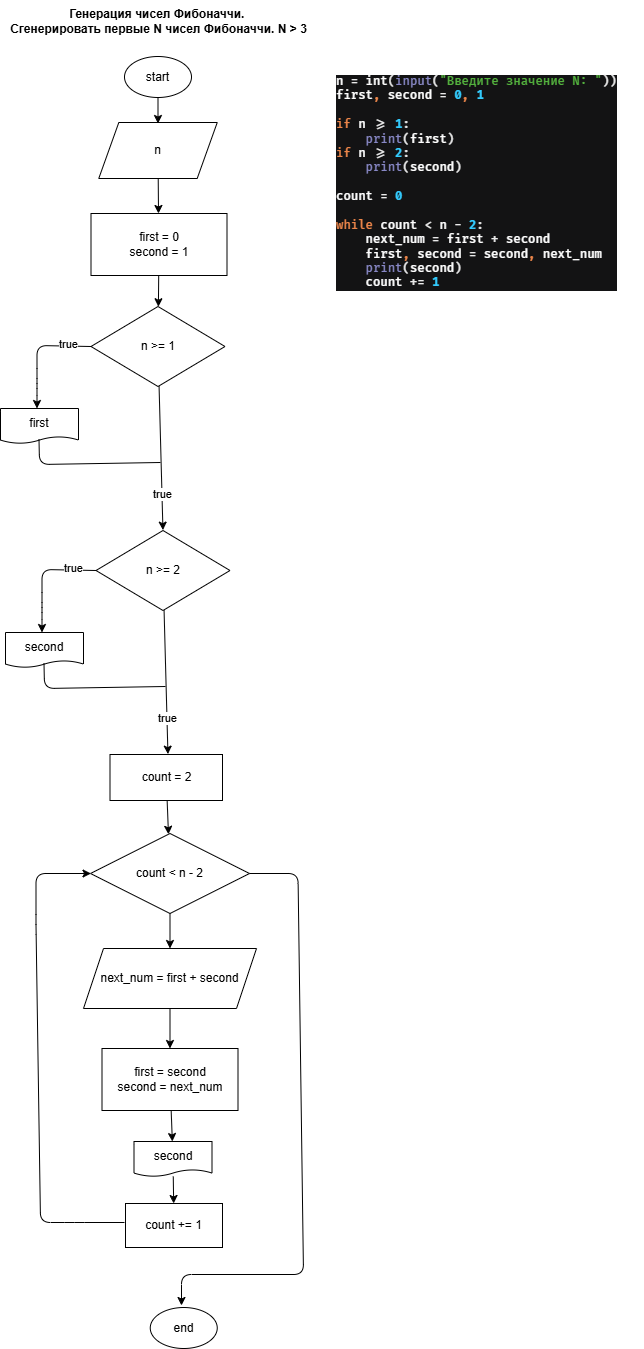
This is 005-chapter/004/diagram_fibo.drawio.png from me4tatelnica/fuulstack-lessons-ska, a draw.io export, as it was before one commit. Source tidied: cells renumbered, new cells last; positions are measured from the earlier drawing's top-left corner, leaving out a move shared by most shapes.
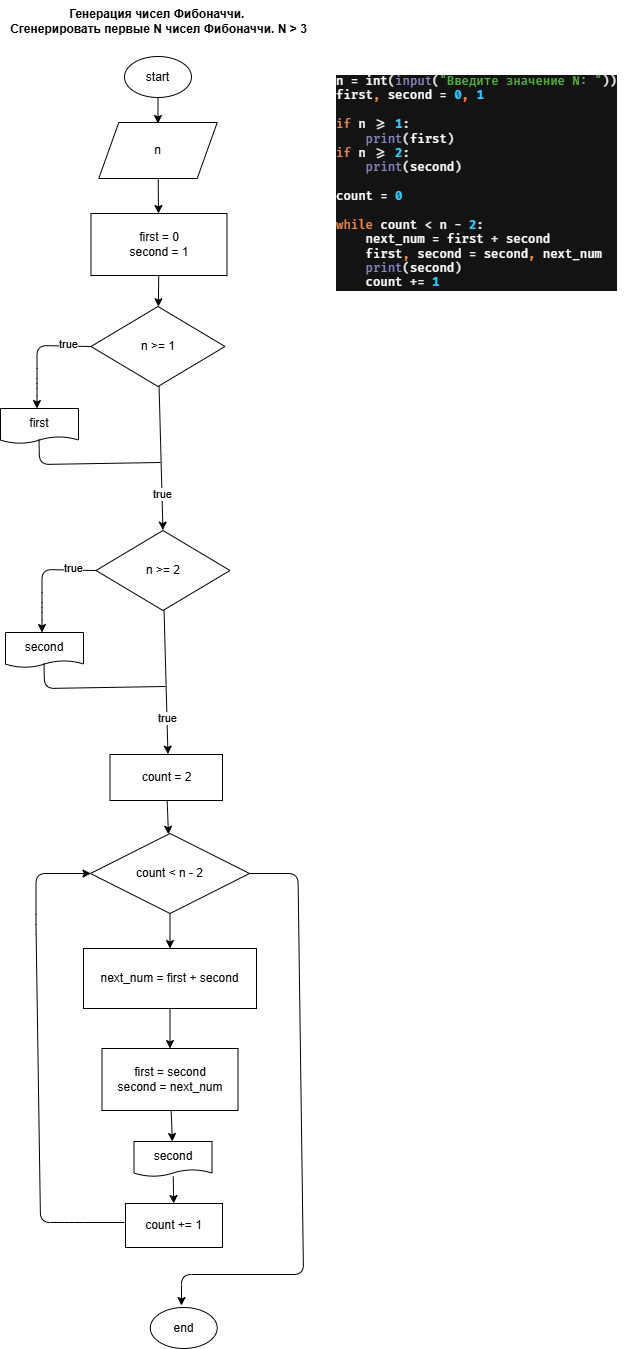
After the commit.

Commit message:
Исправлено: объявление переменной в прямоугольнике

The edit, as a diff of the source:
```diff
@@ -126,7 +126,7 @@
     <mxCell id="29" style="edgeStyle=none;html=1;" parent="1" edge="1" source="30" target="32">
       <mxGeometry relative="1" as="geometry" />
     </mxCell>
-    <mxCell id="30" value="next_num = first + second" style="shape=parallelogram;perimeter=parallelogramPerimeter;whiteSpace=wrap;html=1;fixedSize=1;" parent="1" vertex="1">
+    <mxCell id="30" value="next_num = first + second" style="shape=parallelogram;perimeter=parallelogramPerimeter;whiteSpace=wrap;html=1;fixedSize=1;size=-3.72381591796875;" parent="1" vertex="1">
       <mxGeometry x="83" y="948" width="173" height="60" as="geometry" />
     </mxCell>
     <mxCell id="31" style="edgeStyle=none;html=1;" parent="1" edge="1" source="32" target="34">
```
